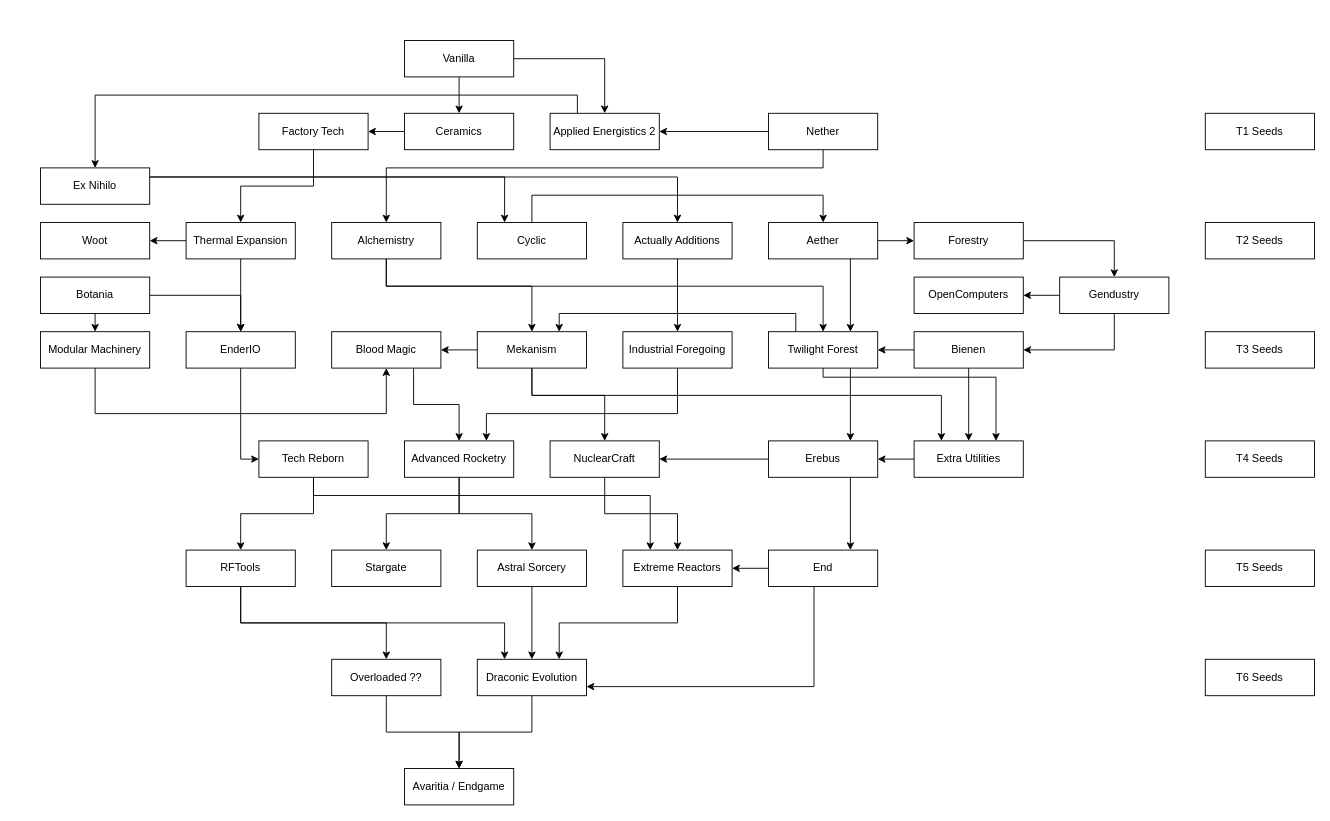
This is Progress.drawio from buddiman/technicraft, a draw.io file, before an edit. Source tidied: cells renumbered, new cells numbered last; positions are measured from the earlier drawing's top-left corner, leaving out a move shared by most shapes. Both pictures are drawn from the tidied source at 91%, with x=0, y=0 at pixel (40, 40).
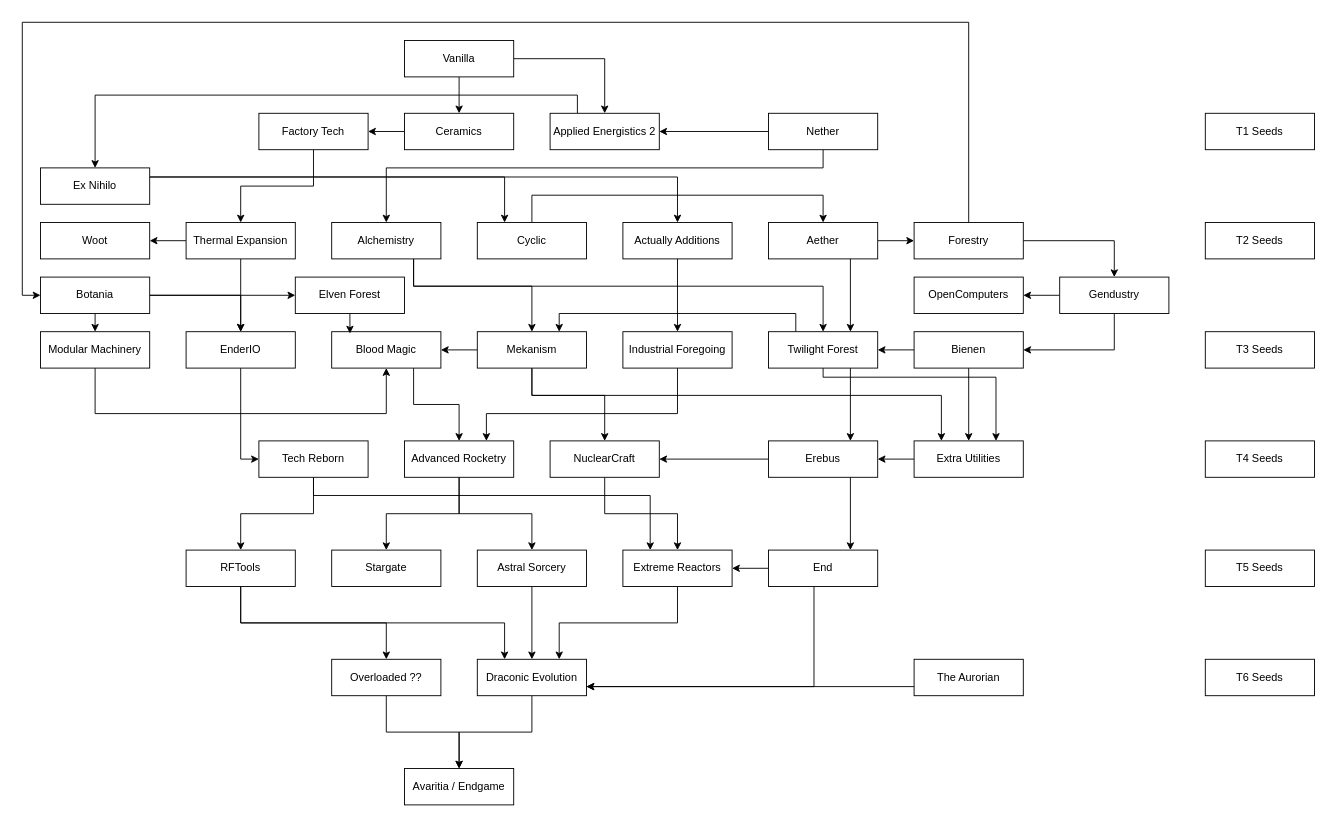
The same diagram, later.

Commit message (it also covers changes not shown here):
Updated progress chart

The change refers to these unchanged cells:
```xml
<mxCell id="10" value="Blood Magic" style="rounded=0;whiteSpace=wrap;html=1;" parent="1" vertex="1">
  <mxGeometry x="320" y="320" width="120" height="40" as="geometry" />
</mxCell>
<mxCell id="13" value="Botania" style="rounded=0;whiteSpace=wrap;html=1;" parent="1" vertex="1">
  <mxGeometry y="260" width="120" height="40" as="geometry" />
</mxCell>
<mxCell id="20" value="Mekanism" style="rounded=0;whiteSpace=wrap;html=1;" parent="1" vertex="1">
  <mxGeometry x="480" y="320" width="120" height="40" as="geometry" />
</mxCell>
<mxCell id="34" value="Draconic Evolution" style="rounded=0;whiteSpace=wrap;html=1;" parent="1" vertex="1">
  <mxGeometry x="480" y="680" width="120" height="40" as="geometry" />
</mxCell>
<mxCell id="37" value="Twilight Forest" style="rounded=0;whiteSpace=wrap;html=1;" parent="1" vertex="1">
  <mxGeometry x="800" y="320" width="120" height="40" as="geometry" />
</mxCell>
<mxCell id="49" value="Forestry" style="rounded=0;whiteSpace=wrap;html=1;" parent="1" vertex="1">
  <mxGeometry x="960" y="200" width="120" height="40" as="geometry" />
</mxCell>
<mxCell id="80" value="Alchemistry" style="rounded=0;whiteSpace=wrap;html=1;" parent="1" vertex="1">
  <mxGeometry x="320" y="200" width="120" height="40" as="geometry" />
</mxCell>
```

Diff of the diagram source:
```diff
@@
+    <mxCell id="94" style="edgeStyle=orthogonalEdgeStyle;rounded=0;jettySize=auto;html=1;exitX=1;exitY=0.5;exitDx=0;exitDy=0;entryX=0;entryY=0.5;entryDx=0;entryDy=0;" parent="1" edge="1" source="13" target="99">
+      <mxGeometry relative="1" as="geometry" />
+    </mxCell>
@@
+    <mxCell id="95" style="edgeStyle=orthogonalEdgeStyle;rounded=0;jettySize=auto;html=1;exitX=0.5;exitY=0;exitDx=0;exitDy=0;entryX=0;entryY=0.5;entryDx=0;entryDy=0;" parent="1" edge="1" source="49" target="13">
+      <mxGeometry relative="1" as="geometry">
+        <Array as="points">
+          <mxPoint x="1020" y="-20" />
+          <mxPoint x="-20" y="-20" />
+          <mxPoint x="-20" y="280" />
+        </Array>
+      </mxGeometry>
+    </mxCell>
@@
-    <mxCell id="78" style="edgeStyle=orthogonalEdgeStyle;rounded=0;jettySize=auto;html=1;" parent="1" edge="1" source="80" target="37">
+    <mxCell id="78" style="edgeStyle=orthogonalEdgeStyle;rounded=0;jettySize=auto;html=1;exitX=0.75;exitY=1;exitDx=0;exitDy=0;" parent="1" edge="1" source="80" target="37">
       <mxGeometry relative="1" as="geometry">
         <Array as="points">
-          <mxPoint x="380" y="270" />
+          <mxPoint x="410" y="270" />
           <mxPoint x="860" y="270" />
         </Array>
       </mxGeometry>
     </mxCell>
-    <mxCell id="79" style="edgeStyle=orthogonalEdgeStyle;rounded=0;jettySize=auto;html=1;" parent="1" edge="1" source="80" target="20">
+    <mxCell id="79" style="edgeStyle=orthogonalEdgeStyle;rounded=0;jettySize=auto;html=1;exitX=0.75;exitY=1;exitDx=0;exitDy=0;" parent="1" edge="1" source="80" target="20">
       <mxGeometry relative="1" as="geometry">
         <Array as="points">
-          <mxPoint x="380" y="270" />
+          <mxPoint x="410" y="270" />
           <mxPoint x="540" y="270" />
         </Array>
       </mxGeometry>
     </mxCell>
@@
+    <mxCell id="96" style="edgeStyle=orthogonalEdgeStyle;rounded=0;jettySize=auto;html=1;exitX=0;exitY=0.75;exitDx=0;exitDy=0;entryX=1;entryY=0.75;entryDx=0;entryDy=0;" parent="1" edge="1" source="97" target="34">
+      <mxGeometry relative="1" as="geometry" />
+    </mxCell>
+    <mxCell id="97" value="The Aurorian" style="rounded=0;whiteSpace=wrap;html=1;" parent="1" vertex="1">
+      <mxGeometry x="960" y="680" width="120" height="40" as="geometry" />
+    </mxCell>
+    <mxCell id="98" style="edgeStyle=orthogonalEdgeStyle;rounded=0;jettySize=auto;html=1;exitX=0.5;exitY=1;exitDx=0;exitDy=0;entryX=0.167;entryY=0.05;entryDx=0;entryDy=0;entryPerimeter=0;" parent="1" edge="1" source="99" target="10">
+      <mxGeometry relative="1" as="geometry" />
+    </mxCell>
+    <mxCell id="99" value="Elven Forest" style="rounded=0;whiteSpace=wrap;html=1;" parent="1" vertex="1">
+      <mxGeometry x="280" y="260" width="120" height="40" as="geometry" />
+    </mxCell>
```
